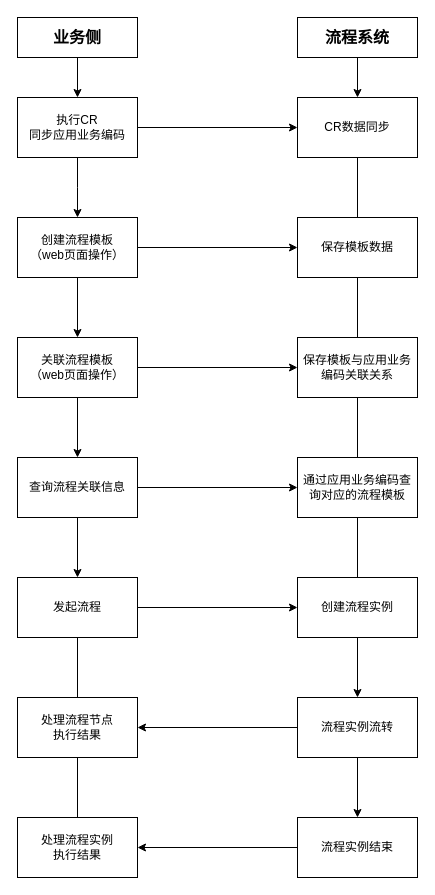
The draw.io diagram 流程引擎接入流程.drawio in buff0000/draw.io, before the edit. Source tidied: cells renumbered, new cells numbered last; positions are measured from the earlier drawing's top-left corner, leaving out a move shared by most shapes. Both pictures are drawn from the tidied source at 100%, with x=0, y=0 at pixel (17, 17).
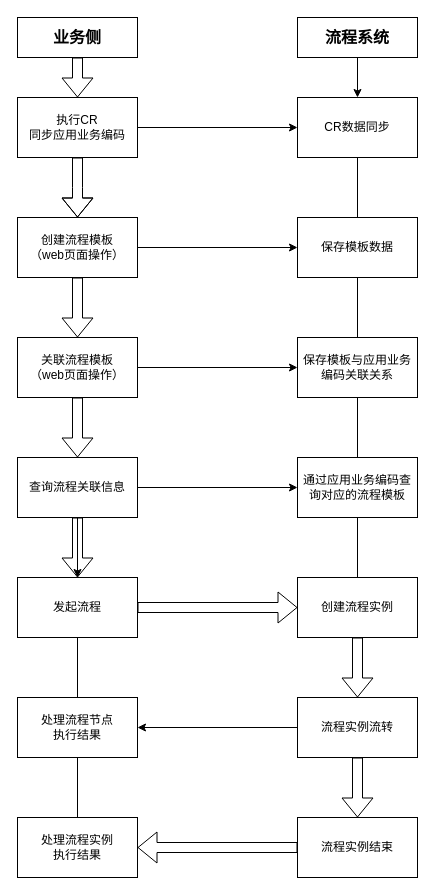
The same diagram, later.

Commit message (it also covers changes not shown here):
更新流程引擎接入流程.drawio

Unchanged cells that the change refers to:
```xml
<mxCell id="4" value="执行CR&lt;br&gt;同步应用业务编码" style="rounded=0;whiteSpace=wrap;html=1;" parent="1" vertex="1">
  <mxGeometry y="80" width="120" height="60" as="geometry" />
</mxCell>
<mxCell id="7" value="发起流程" style="rounded=0;whiteSpace=wrap;html=1;" parent="1" vertex="1">
  <mxGeometry y="560" width="120" height="60" as="geometry" />
</mxCell>
<mxCell id="11" value="业务侧" style="rounded=0;whiteSpace=wrap;html=1;fontStyle=1;fontSize=16;" parent="1" vertex="1">
  <mxGeometry width="120" height="40" as="geometry" />
</mxCell>
<mxCell id="18" value="创建流程模板&lt;br&gt;（web页面操作）" style="rounded=0;whiteSpace=wrap;html=1;" parent="1" vertex="1">
  <mxGeometry y="200" width="120" height="60" as="geometry" />
</mxCell>
<mxCell id="21" value="关联流程模板&lt;br&gt;（web页面操作）" style="rounded=0;whiteSpace=wrap;html=1;" parent="1" vertex="1">
  <mxGeometry y="320" width="120" height="60" as="geometry" />
</mxCell>
<mxCell id="24" value="查询流程关联信息" style="rounded=0;whiteSpace=wrap;html=1;" parent="1" vertex="1">
  <mxGeometry y="440" width="120" height="60" as="geometry" />
</mxCell>
<mxCell id="32" value="创建流程实例" style="rounded=0;whiteSpace=wrap;html=1;" parent="1" vertex="1">
  <mxGeometry x="280" y="560" width="120" height="60" as="geometry" />
</mxCell>
<mxCell id="35" value="流程实例流转" style="rounded=0;whiteSpace=wrap;html=1;" parent="1" vertex="1">
  <mxGeometry x="280" y="680" width="120" height="60" as="geometry" />
</mxCell>
<mxCell id="37" value="流程实例结束" style="rounded=0;whiteSpace=wrap;html=1;" parent="1" vertex="1">
  <mxGeometry x="280" y="800" width="120" height="60" as="geometry" />
</mxCell>
<mxCell id="38" value="处理流程实例&lt;br&gt;执行结果" style="rounded=0;whiteSpace=wrap;html=1;" parent="1" vertex="1">
  <mxGeometry y="800" width="120" height="60" as="geometry" />
</mxCell>
```

Change to the diagram source:
```diff
@@
-    <mxCell id="3" style="edgeStyle=orthogonalEdgeStyle;rounded=0;jettySize=auto;html=1;exitX=0.5;exitY=1;exitDx=0;exitDy=0;entryX=0.5;entryY=0;entryDx=0;entryDy=0;" parent="1" edge="1" source="4">
+    <mxCell id="3" style="edgeStyle=orthogonalEdgeStyle;rounded=0;jettySize=auto;html=1;exitX=0.5;exitY=1;exitDx=0;exitDy=0;entryX=0.5;entryY=0;entryDx=0;entryDy=0;shape=flexArrow;" parent="1" edge="1" source="4">
       <mxGeometry relative="1" as="geometry">
         <mxPoint x="60" y="200" as="targetPoint" />
       </mxGeometry>
     </mxCell>
@@
-    <mxCell id="6" style="edgeStyle=orthogonalEdgeStyle;rounded=0;jettySize=auto;html=1;exitX=1;exitY=0.5;exitDx=0;exitDy=0;entryX=0;entryY=0.5;entryDx=0;entryDy=0;" parent="1" edge="1" source="7" target="32">
+    <mxCell id="6" style="edgeStyle=orthogonalEdgeStyle;rounded=0;jettySize=auto;html=1;exitX=1;exitY=0.5;exitDx=0;exitDy=0;entryX=0;entryY=0.5;entryDx=0;entryDy=0;shape=flexArrow;" parent="1" edge="1" source="7" target="32">
       <mxGeometry relative="1" as="geometry" />
     </mxCell>
@@
-    <mxCell id="10" style="edgeStyle=orthogonalEdgeStyle;rounded=0;jettySize=auto;html=1;exitX=0.5;exitY=1;exitDx=0;exitDy=0;entryX=0.5;entryY=0;entryDx=0;entryDy=0;" parent="1" edge="1" source="11" target="4">
+    <mxCell id="10" style="edgeStyle=orthogonalEdgeStyle;rounded=0;jettySize=auto;html=1;exitX=0.5;exitY=1;exitDx=0;exitDy=0;entryX=0.5;entryY=0;entryDx=0;entryDy=0;shape=flexArrow;" parent="1" edge="1" source="11" target="4">
       <mxGeometry relative="1" as="geometry" />
     </mxCell>
@@
-    <mxCell id="16" style="edgeStyle=orthogonalEdgeStyle;rounded=0;jettySize=auto;html=1;exitX=0.5;exitY=1;exitDx=0;exitDy=0;entryX=0.5;entryY=0;entryDx=0;entryDy=0;" parent="1" edge="1" source="18" target="21">
+    <mxCell id="16" style="edgeStyle=orthogonalEdgeStyle;rounded=0;jettySize=auto;html=1;exitX=0.5;exitY=1;exitDx=0;exitDy=0;entryX=0.5;entryY=0;entryDx=0;entryDy=0;shape=flexArrow;" parent="1" edge="1" source="18" target="21">
       <mxGeometry relative="1" as="geometry" />
     </mxCell>
@@
-    <mxCell id="19" style="edgeStyle=orthogonalEdgeStyle;rounded=0;jettySize=auto;html=1;exitX=0.5;exitY=1;exitDx=0;exitDy=0;" parent="1" edge="1" source="21" target="24">
+    <mxCell id="19" style="edgeStyle=orthogonalEdgeStyle;rounded=0;jettySize=auto;html=1;exitX=0.5;exitY=1;exitDx=0;exitDy=0;shape=flexArrow;" parent="1" edge="1" source="21" target="24">
       <mxGeometry relative="1" as="geometry" />
     </mxCell>
@@
+    <mxCell id="39" style="edgeStyle=orthogonalEdgeStyle;rounded=0;jettySize=auto;html=1;shape=flexArrow;" parent="1" edge="1" source="24" target="7">
+      <mxGeometry relative="1" as="geometry" />
+    </mxCell>
@@
-    <mxCell id="31" style="edgeStyle=orthogonalEdgeStyle;rounded=0;jettySize=auto;html=1;exitX=0.5;exitY=1;exitDx=0;exitDy=0;" parent="1" edge="1" source="32" target="35">
+    <mxCell id="31" style="edgeStyle=orthogonalEdgeStyle;rounded=0;jettySize=auto;html=1;exitX=0.5;exitY=1;exitDx=0;exitDy=0;shape=flexArrow;" parent="1" edge="1" source="32" target="35">
       <mxGeometry relative="1" as="geometry" />
     </mxCell>
@@
-    <mxCell id="34" style="edgeStyle=orthogonalEdgeStyle;rounded=0;jettySize=auto;html=1;exitX=0.5;exitY=1;exitDx=0;exitDy=0;" parent="1" edge="1" source="35" target="37">
+    <mxCell id="34" style="edgeStyle=orthogonalEdgeStyle;rounded=0;jettySize=auto;html=1;exitX=0.5;exitY=1;exitDx=0;exitDy=0;shape=flexArrow;" parent="1" edge="1" source="35" target="37">
       <mxGeometry relative="1" as="geometry" />
     </mxCell>
@@
-    <mxCell id="36" style="edgeStyle=orthogonalEdgeStyle;rounded=0;jettySize=auto;html=1;exitX=0;exitY=0.5;exitDx=0;exitDy=0;entryX=1;entryY=0.5;entryDx=0;entryDy=0;" parent="1" edge="1" source="37" target="38">
+    <mxCell id="36" style="edgeStyle=orthogonalEdgeStyle;rounded=0;jettySize=auto;html=1;exitX=0;exitY=0.5;exitDx=0;exitDy=0;entryX=1;entryY=0.5;entryDx=0;entryDy=0;shape=flexArrow;" parent="1" edge="1" source="37" target="38">
       <mxGeometry relative="1" as="geometry" />
     </mxCell>
```
